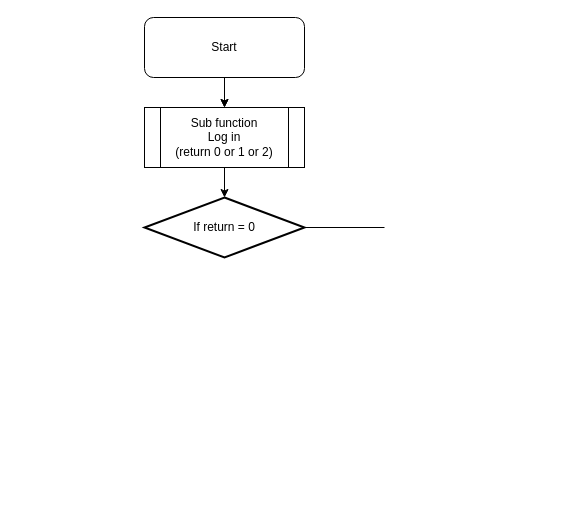
Before: Untitled Diagram.drawio in Mydiman/SBA_6C_03, a draw.io diagram. Source tidied: cells renumbered, new cells numbered last; positions are measured from the earlier drawing's top-left corner, leaving out a move shared by most shapes. Both pictures are drawn from the tidied source at 100%, with x=0, y=0 at pixel (144, 17).
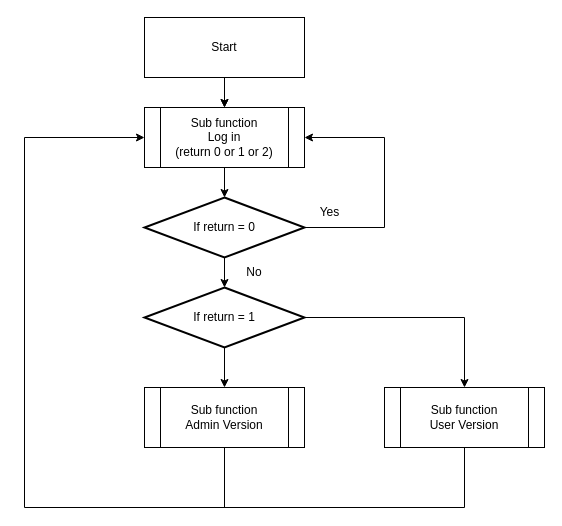
Above is the later version.

Change to the diagram source:
```diff
@@
-    <mxCell id="2" style="edgeStyle=orthogonalEdgeStyle;rounded=0;jettySize=auto;html=1;exitX=0.5;exitY=1;exitDx=0;exitDy=0;entryX=0.5;entryY=0;entryDx=0;entryDy=0;entryPerimeter=0;" parent="1" edge="1" source="3" target="5">
+    <mxCell id="2" style="edgeStyle=orthogonalEdgeStyle;rounded=0;jettySize=auto;html=1;exitX=0.5;exitY=1;exitDx=0;exitDy=0;entryX=0.5;entryY=0;entryDx=0;entryDy=0;entryPerimeter=0;labelBackgroundColor=none;fontColor=default;" parent="1" edge="1" source="3" target="5">
       <mxGeometry relative="1" as="geometry" />
     </mxCell>
-    <mxCell id="3" value="Sub function&lt;br&gt;Log in&lt;br&gt;(return 0 or 1 or 2)" style="shape=process;whiteSpace=wrap;html=1;backgroundOutline=1;" parent="1" vertex="1">
+    <mxCell id="3" value="Sub function&lt;br&gt;Log in&lt;br&gt;(return 0 or 1 or 2)" style="shape=process;whiteSpace=wrap;html=1;backgroundOutline=1;rounded=0;labelBackgroundColor=none;" parent="1" vertex="1">
       <mxGeometry y="90" width="160" height="60" as="geometry" />
     </mxCell>
-    <mxCell id="4" style="endArrow=classic;html=1;rounded=0;exitX=0.5;exitY=1;exitDx=0;exitDy=0;exitPerimeter=0;entryX=0.5;entryY=0;entryDx=0;entryDy=0;" parent="1" edge="1" target="3">
+    <mxCell id="4" style="endArrow=classic;html=1;rounded=0;exitX=0.5;exitY=1;exitDx=0;exitDy=0;exitPerimeter=0;entryX=0.5;entryY=0;entryDx=0;entryDy=0;labelBackgroundColor=none;fontColor=default;" parent="1" edge="1" target="3">
       <mxGeometry relative="1" as="geometry">
         <mxPoint x="80" y="60" as="sourcePoint" />
       </mxGeometry>
     </mxCell>
-    <mxCell id="5" value="If return = 0" style="strokeWidth=2;html=1;shape=mxgraph.flowchart.decision;whiteSpace=wrap;" parent="1" vertex="1">
+    <mxCell id="5" value="If return = 0" style="strokeWidth=2;html=1;shape=mxgraph.flowchart.decision;whiteSpace=wrap;rounded=0;labelBackgroundColor=none;" parent="1" vertex="1">
       <mxGeometry y="180" width="160" height="60" as="geometry" />
     </mxCell>
-    <mxCell id="6" style="edgeStyle=orthogonalEdgeStyle;rounded=0;jettySize=auto;html=1;" parent="1" edge="1" source="7" target="3">
+    <mxCell id="6" style="edgeStyle=orthogonalEdgeStyle;rounded=0;jettySize=auto;html=1;labelBackgroundColor=none;fontColor=default;" parent="1" edge="1" source="7" target="3">
       <mxGeometry relative="1" as="geometry" />
     </mxCell>
-    <mxCell id="7" value="Start" style="rounded=1;whiteSpace=wrap;html=1;" parent="1" vertex="1">
+    <mxCell id="7" value="Start" style="rounded=0;whiteSpace=wrap;html=1;labelBackgroundColor=none;" parent="1" vertex="1">
       <mxGeometry width="160" height="60" as="geometry" />
     </mxCell>
-    <mxCell id="8" style="endArrow=none;html=1;rounded=0;exitX=1;exitY=0.5;exitDx=0;exitDy=0;exitPerimeter=0;" parent="1" edge="1" source="5">
+    <mxCell id="8" style="endArrow=none;html=1;rounded=0;exitX=1;exitY=0.5;exitDx=0;exitDy=0;exitPerimeter=0;labelBackgroundColor=none;fontColor=default;" parent="1" edge="1" source="5">
       <mxGeometry relative="1" as="geometry">
         <mxPoint x="240" y="210" as="targetPoint" />
       </mxGeometry>
     </mxCell>
+    <mxCell id="9" style="endArrow=classic;html=1;rounded=0;entryX=1;entryY=0.5;entryDx=0;entryDy=0;labelBackgroundColor=none;fontColor=default;" parent="1" edge="1" target="3">
+      <mxGeometry relative="1" as="geometry">
+        <mxPoint x="240" y="120" as="sourcePoint" />
+      </mxGeometry>
+    </mxCell>
+    <mxCell id="10" style="endArrow=none;html=1;rounded=0;labelBackgroundColor=none;fontColor=default;" parent="1" edge="1">
+      <mxGeometry relative="1" as="geometry">
+        <mxPoint x="240" y="210" as="sourcePoint" />
+        <mxPoint x="240" y="120" as="targetPoint" />
+      </mxGeometry>
+    </mxCell>
+    <mxCell id="11" value="Yes" style="text;html=1;align=center;verticalAlign=middle;strokeColor=none;fillColor=none;" parent="1" vertex="1">
+      <mxGeometry x="165" y="180" width="40" height="30" as="geometry" />
+    </mxCell>
+    <mxCell id="12" style="endArrow=classic;html=1;rounded=0;exitX=0.5;exitY=1;exitDx=0;exitDy=0;exitPerimeter=0;entryX=0;entryY=1;entryDx=0;entryDy=0;" parent="1" edge="1" source="5" target="13">
+      <mxGeometry relative="1" as="geometry" />
+    </mxCell>
+    <mxCell id="13" value="No" style="text;html=1;strokeColor=none;fillColor=none;align=center;verticalAlign=middle;whiteSpace=wrap;rounded=0;" parent="1" vertex="1">
+      <mxGeometry x="80" y="240" width="60" height="30" as="geometry" />
+    </mxCell>
+    <mxCell id="14" value="If return = 1" style="strokeWidth=2;html=1;shape=mxgraph.flowchart.decision;whiteSpace=wrap;" parent="1" vertex="1">
+      <mxGeometry y="270" width="160" height="60" as="geometry" />
+    </mxCell>
+    <mxCell id="15" style="endArrow=none;html=1;rounded=0;exitX=1;exitY=0.5;exitDx=0;exitDy=0;exitPerimeter=0;" parent="1" edge="1" source="14">
+      <mxGeometry relative="1" as="geometry">
+        <mxPoint x="320" y="300" as="targetPoint" />
+      </mxGeometry>
+    </mxCell>
+    <mxCell id="16" style="endArrow=classic;html=1;rounded=0;exitX=0.5;exitY=1;exitDx=0;exitDy=0;exitPerimeter=0;" parent="1" edge="1" source="14">
+      <mxGeometry relative="1" as="geometry">
+        <mxPoint x="80" y="370" as="targetPoint" />
+      </mxGeometry>
+    </mxCell>
+    <mxCell id="17" style="endArrow=classic;html=1;rounded=0;" parent="1" edge="1">
+      <mxGeometry relative="1" as="geometry">
+        <mxPoint x="320" y="300" as="sourcePoint" />
+        <mxPoint x="320" y="370" as="targetPoint" />
+      </mxGeometry>
+    </mxCell>
+    <mxCell id="18" value="Sub function&lt;br&gt;Admin Version" style="shape=process;whiteSpace=wrap;html=1;backgroundOutline=1;rounded=0;labelBackgroundColor=none;" parent="1" vertex="1">
+      <mxGeometry y="370" width="160" height="60" as="geometry" />
+    </mxCell>
+    <mxCell id="19" value="Sub function&lt;br&gt;User Version" style="shape=process;whiteSpace=wrap;html=1;backgroundOutline=1;rounded=0;labelBackgroundColor=none;" parent="1" vertex="1">
+      <mxGeometry x="240" y="370" width="160" height="60" as="geometry" />
+    </mxCell>
+    <mxCell id="20" style="endArrow=none;html=1;rounded=0;entryX=0.5;entryY=1;entryDx=0;entryDy=0;" parent="1" edge="1" target="18">
+      <mxGeometry relative="1" as="geometry">
+        <mxPoint x="80" y="490" as="sourcePoint" />
+      </mxGeometry>
+    </mxCell>
+    <mxCell id="21" style="endArrow=none;html=1;rounded=0;" parent="1" edge="1">
+      <mxGeometry relative="1" as="geometry">
+        <mxPoint x="320" y="490" as="sourcePoint" />
+        <mxPoint x="320" y="430" as="targetPoint" />
+      </mxGeometry>
+    </mxCell>
+    <mxCell id="22" style="endArrow=none;html=1;rounded=0;" parent="1" edge="1">
+      <mxGeometry relative="1" as="geometry">
+        <mxPoint x="-120" y="490" as="sourcePoint" />
+        <mxPoint x="320" y="490" as="targetPoint" />
+      </mxGeometry>
+    </mxCell>
+    <mxCell id="23" style="endArrow=none;html=1;rounded=0;" parent="1" edge="1">
+      <mxGeometry relative="1" as="geometry">
+        <mxPoint x="-120" y="490" as="sourcePoint" />
+        <mxPoint x="-120" y="120" as="targetPoint" />
+      </mxGeometry>
+    </mxCell>
+    <mxCell id="24" style="endArrow=classic;html=1;rounded=0;entryX=0;entryY=0.5;entryDx=0;entryDy=0;" parent="1" edge="1" target="3">
+      <mxGeometry relative="1" as="geometry">
+        <mxPoint x="-120" y="120" as="sourcePoint" />
+      </mxGeometry>
+    </mxCell>
```
